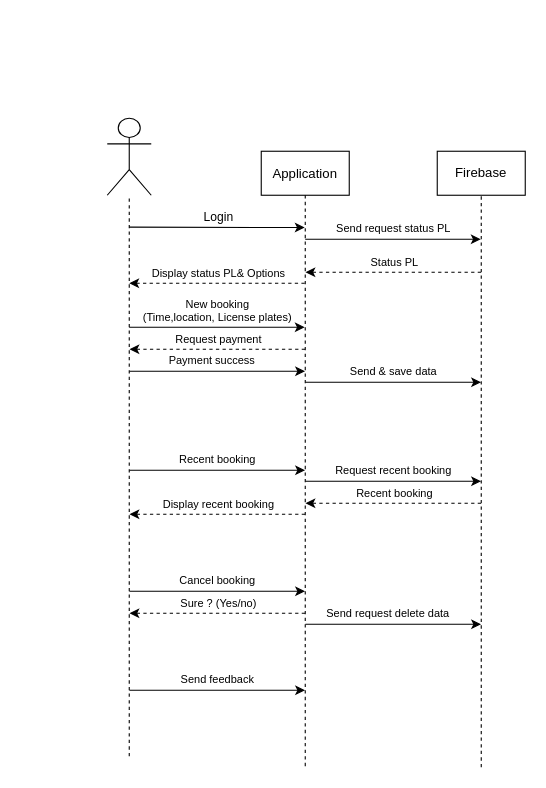
nmhieu054/MeowbiteR keeps this draw.io diagram as Untitled Diagram.drawio. Above is the earlier version. Source tidied: cells renumbered, new cells numbered last; positions are measured from the earlier drawing's top-left corner, leaving out a move shared by most shapes. Both pictures are drawn from the tidied source at 110%, with x=0, y=0 at pixel (107, 118).
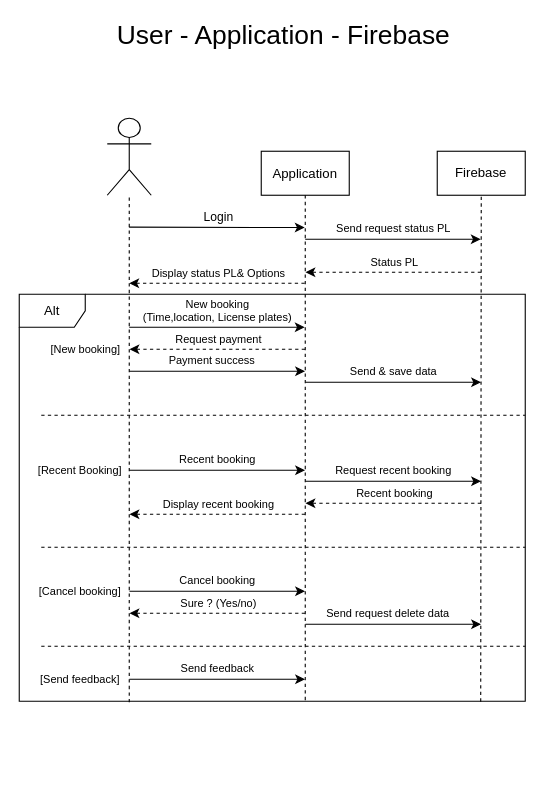
After the change.

Unchanged cells that the change refers to:
```xml
<mxCell id="3" value="Firebase" style="rounded=0;whiteSpace=wrap;html=1;" parent="1" vertex="1">
  <mxGeometry x="300" y="30" width="80" height="40" as="geometry" />
</mxCell>
<mxCell id="4" style="shape=umlActor;verticalLabelPosition=bottom;verticalAlign=top;html=1;" parent="1" vertex="1">
  <mxGeometry width="40" height="70" as="geometry" />
</mxCell>
```

Diff of the diagram source:
```diff
@@
     <mxCell id="2" value="Application" style="shape=umlLifeline;perimeter=lifelinePerimeter;rounded=0;shadow=0;strokeWidth=1;" parent="1" vertex="1">
-      <mxGeometry x="140" y="30" width="80" height="560" as="geometry" />
+      <mxGeometry x="140" y="30" width="80" height="500" as="geometry" />
     </mxCell>
@@
     <mxCell id="5" style="endArrow=none;dashed=1;html=1;" parent="1" edge="1" target="4">
       <mxGeometry relative="1" as="geometry">
-        <mxPoint x="20" y="580" as="sourcePoint" />
+        <mxPoint x="20" y="531" as="sourcePoint" />
       </mxGeometry>
     </mxCell>
-    <mxCell id="6" style="endArrow=none;dashed=1;html=1;entryX=0.5;entryY=1;entryDx=0;entryDy=0;" parent="1" edge="1" target="3">
-      <mxGeometry relative="1" as="geometry">
-        <mxPoint x="340" y="590" as="sourcePoint" />
-      </mxGeometry>
+    <mxCell id="6" style="endArrow=none;dashed=1;html=1;entryX=0.5;entryY=1;entryDx=0;entryDy=0;exitX=0.912;exitY=1.001;exitDx=0;exitDy=0;exitPerimeter=0;" parent="1" edge="1" source="43" target="3">
+      <mxGeometry relative="1" as="geometry" />
     </mxCell>
@@
     <mxCell id="37" style="endArrow=classic;html=1;" parent="1" edge="1">
       <mxGeometry relative="1" as="geometry">
-        <mxPoint x="20.2" y="520" as="sourcePoint" />
-        <mxPoint x="179.8" y="520" as="targetPoint" />
+        <mxPoint x="20.2" y="510" as="sourcePoint" />
+        <mxPoint x="179.8" y="510" as="targetPoint" />
       </mxGeometry>
     </mxCell>
     <mxCell id="38" value="Send feedback" style="text;html=1;align=center;verticalAlign=middle;fontSize=10;" parent="1" vertex="1">
-      <mxGeometry x="60" y="500" width="80" height="20" as="geometry" />
+      <mxGeometry x="60" y="490" width="80" height="20" as="geometry" />
     </mxCell>
+    <mxCell id="39" value="[New booking]" style="text;html=1;align=center;verticalAlign=middle;fontSize=10;" parent="1" vertex="1">
+      <mxGeometry x="-60" y="200" width="80" height="20" as="geometry" />
+    </mxCell>
+    <mxCell id="40" value="[Recent Booking]" style="text;html=1;align=center;verticalAlign=middle;fontSize=10;" parent="1" vertex="1">
+      <mxGeometry x="-70" y="310" width="90" height="20" as="geometry" />
+    </mxCell>
+    <mxCell id="41" value="[Cancel booking]" style="text;html=1;align=center;verticalAlign=middle;fontSize=10;" parent="1" vertex="1">
+      <mxGeometry x="-70" y="420" width="90" height="20" as="geometry" />
+    </mxCell>
+    <mxCell id="42" value="[Send feedback]" style="text;html=1;align=center;verticalAlign=middle;fontSize=10;" parent="1" vertex="1">
+      <mxGeometry x="-70" y="500" width="90" height="20" as="geometry" />
+    </mxCell>
+    <mxCell id="43" value="Alt" style="shape=umlFrame;whiteSpace=wrap;html=1;fillColor=none;" parent="1" vertex="1">
+      <mxGeometry x="-80" y="160" width="460" height="370" as="geometry" />
+    </mxCell>
+    <mxCell id="44" style="endArrow=none;dashed=1;html=1;fontSize=10;" parent="1" edge="1">
+      <mxGeometry relative="1" as="geometry">
+        <mxPoint x="-60" y="270" as="sourcePoint" />
+        <mxPoint x="380" y="270" as="targetPoint" />
+      </mxGeometry>
+    </mxCell>
+    <mxCell id="45" style="endArrow=none;dashed=1;html=1;fontSize=10;" parent="1" edge="1">
+      <mxGeometry relative="1" as="geometry">
+        <mxPoint x="-60" y="390" as="sourcePoint" />
+        <mxPoint x="380" y="390" as="targetPoint" />
+      </mxGeometry>
+    </mxCell>
+    <mxCell id="46" style="endArrow=none;dashed=1;html=1;fontSize=10;" parent="1" edge="1">
+      <mxGeometry relative="1" as="geometry">
+        <mxPoint x="-60" y="480" as="sourcePoint" />
+        <mxPoint x="380" y="480" as="targetPoint" />
+      </mxGeometry>
+    </mxCell>
+    <mxCell id="47" value="User - Application - Firebase" style="text;html=1;align=center;verticalAlign=middle;fontSize=24;" parent="1" vertex="1">
+      <mxGeometry y="-90" width="320" height="30" as="geometry" />
+    </mxCell>
```
